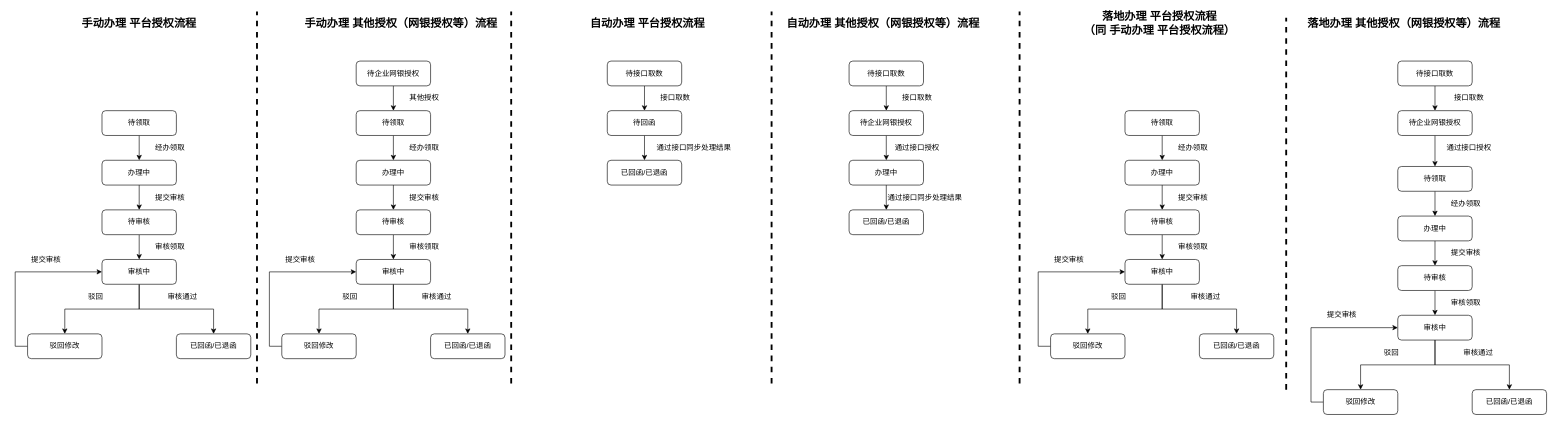
Before: 未命名绘图.drawio in pingguo002/iconomi, a draw.io diagram. Source tidied: cells renumbered, new cells numbered last; positions are measured from the earlier drawing's top-left corner, leaving out a move shared by most shapes. Both pictures are drawn from the tidied source at 62%, with x=0, y=0 at pixel (15, 11).
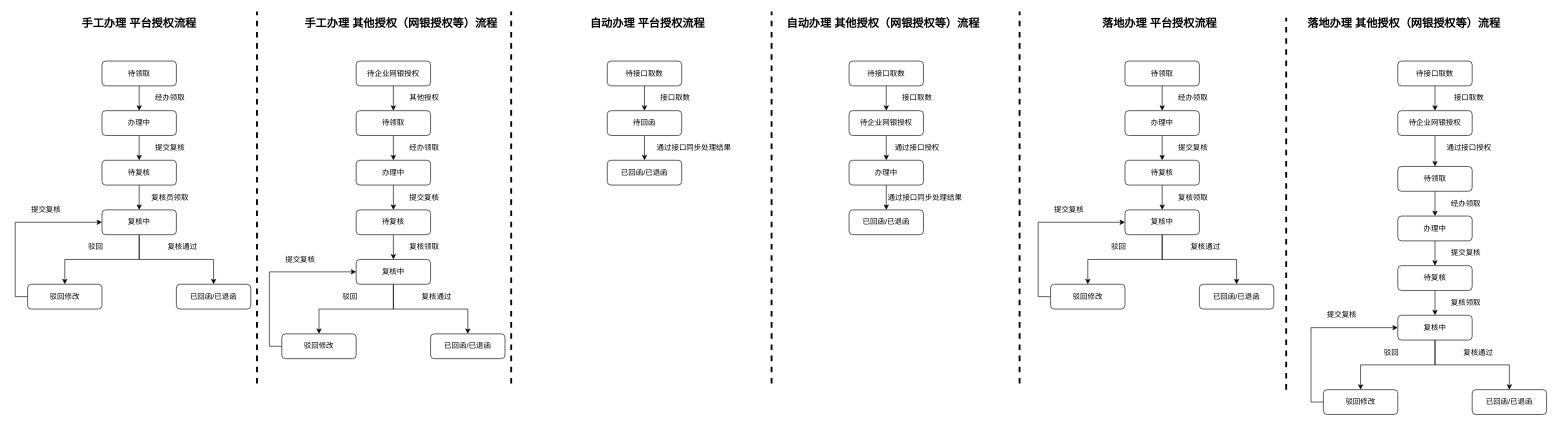
Above is the later version.

Commit message:
更新未命名绘图.drawio

Diff of the diagram source:
```diff
@@
-    <mxCell id="11" value="待审核" style="rounded=1;whiteSpace=wrap;html=1;" parent="1" vertex="1">
+    <mxCell id="11" value="待复核" style="rounded=1;whiteSpace=wrap;html=1;" parent="1" vertex="1">
       <mxGeometry x="550" y="320" width="120" height="40" as="geometry" />
     </mxCell>
-    <mxCell id="12" value="提交审核" style="text;html=1;strokeColor=none;fillColor=none;align=center;verticalAlign=middle;whiteSpace=wrap;rounded=0;" parent="1" vertex="1">
+    <mxCell id="12" value="提交复核" style="text;html=1;strokeColor=none;fillColor=none;align=center;verticalAlign=middle;whiteSpace=wrap;rounded=0;" parent="1" vertex="1">
       <mxGeometry x="610" y="290" width="100" height="20" as="geometry" />
     </mxCell>
@@
-    <mxCell id="15" value="审核中" style="rounded=1;whiteSpace=wrap;html=1;" parent="1" vertex="1">
+    <mxCell id="15" value="复核中" style="rounded=1;whiteSpace=wrap;html=1;" parent="1" vertex="1">
       <mxGeometry x="550" y="400" width="120" height="40" as="geometry" />
     </mxCell>
-    <mxCell id="16" value="审核领取" style="text;html=1;strokeColor=none;fillColor=none;align=center;verticalAlign=middle;whiteSpace=wrap;rounded=0;" parent="1" vertex="1">
+    <mxCell id="16" value="复核领取" style="text;html=1;strokeColor=none;fillColor=none;align=center;verticalAlign=middle;whiteSpace=wrap;rounded=0;" parent="1" vertex="1">
       <mxGeometry x="610" y="370" width="100" height="20" as="geometry" />
     </mxCell>
@@
-    <mxCell id="18" value="审核通过" style="text;html=1;strokeColor=none;fillColor=none;align=center;verticalAlign=middle;whiteSpace=wrap;rounded=0;" parent="1" vertex="1">
+    <mxCell id="18" value="复核通过" style="text;html=1;strokeColor=none;fillColor=none;align=center;verticalAlign=middle;whiteSpace=wrap;rounded=0;" parent="1" vertex="1">
       <mxGeometry x="630" y="450" width="100" height="20" as="geometry" />
     </mxCell>
@@
-    <mxCell id="22" value="提交审核" style="text;html=1;strokeColor=none;fillColor=none;align=center;verticalAlign=middle;whiteSpace=wrap;rounded=0;" parent="1" vertex="1">
+    <mxCell id="22" value="提交复核" style="text;html=1;strokeColor=none;fillColor=none;align=center;verticalAlign=middle;whiteSpace=wrap;rounded=0;" parent="1" vertex="1">
       <mxGeometry x="430" y="390" width="60" height="20" as="geometry" />
     </mxCell>
-    <mxCell id="23" value="手动办理 其他授权（网银授权等）流程" style="text;html=1;strokeColor=none;fillColor=none;align=center;verticalAlign=middle;whiteSpace=wrap;rounded=0;fontSize=18;fontStyle=1;" parent="1" vertex="1">
+    <mxCell id="23" value="手工办理 其他授权（网银授权等）流程" style="text;html=1;strokeColor=none;fillColor=none;align=center;verticalAlign=middle;whiteSpace=wrap;rounded=0;fontSize=18;fontStyle=1;" parent="1" vertex="1">
       <mxGeometry x="465" width="315" height="40" as="geometry" />
     </mxCell>
@@
     <mxCell id="25" value="待领取" style="rounded=1;whiteSpace=wrap;html=1;" parent="1" vertex="1">
-      <mxGeometry x="140" y="160" width="120" height="40" as="geometry" />
+      <mxGeometry x="140" y="80" width="120" height="40" as="geometry" />
     </mxCell>
@@
     <mxCell id="27" value="办理中" style="rounded=1;whiteSpace=wrap;html=1;" parent="1" vertex="1">
-      <mxGeometry x="140" y="240" width="120" height="40" as="geometry" />
+      <mxGeometry x="140" y="160" width="120" height="40" as="geometry" />
     </mxCell>
     <mxCell id="28" value="经办领取" style="text;html=1;strokeColor=none;fillColor=none;align=center;verticalAlign=middle;whiteSpace=wrap;rounded=0;" parent="1" vertex="1">
-      <mxGeometry x="200" y="210" width="100" height="20" as="geometry" />
+      <mxGeometry x="200" y="130" width="100" height="20" as="geometry" />
     </mxCell>
@@
-    <mxCell id="30" value="待审核" style="rounded=1;whiteSpace=wrap;html=1;" parent="1" vertex="1">
-      <mxGeometry x="140" y="320" width="120" height="40" as="geometry" />
+    <mxCell id="30" value="待复核" style="rounded=1;whiteSpace=wrap;html=1;" parent="1" vertex="1">
+      <mxGeometry x="140" y="240" width="120" height="40" as="geometry" />
     </mxCell>
-    <mxCell id="31" value="提交审核" style="text;html=1;strokeColor=none;fillColor=none;align=center;verticalAlign=middle;whiteSpace=wrap;rounded=0;" parent="1" vertex="1">
-      <mxGeometry x="200" y="290" width="100" height="20" as="geometry" />
+    <mxCell id="31" value="提交复核" style="text;html=1;strokeColor=none;fillColor=none;align=center;verticalAlign=middle;whiteSpace=wrap;rounded=0;" parent="1" vertex="1">
+      <mxGeometry x="200" y="210" width="100" height="20" as="geometry" />
     </mxCell>
@@
-    <mxCell id="34" value="审核中" style="rounded=1;whiteSpace=wrap;html=1;" parent="1" vertex="1">
-      <mxGeometry x="140" y="400" width="120" height="40" as="geometry" />
+    <mxCell id="34" value="复核中" style="rounded=1;whiteSpace=wrap;html=1;" parent="1" vertex="1">
+      <mxGeometry x="140" y="320" width="120" height="40" as="geometry" />
     </mxCell>
-    <mxCell id="35" value="审核领取" style="text;html=1;strokeColor=none;fillColor=none;align=center;verticalAlign=middle;whiteSpace=wrap;rounded=0;" parent="1" vertex="1">
-      <mxGeometry x="200" y="370" width="100" height="20" as="geometry" />
+    <mxCell id="35" value="复核员领取" style="text;html=1;strokeColor=none;fillColor=none;align=center;verticalAlign=middle;whiteSpace=wrap;rounded=0;" parent="1" vertex="1">
+      <mxGeometry x="200" y="290" width="100" height="20" as="geometry" />
     </mxCell>
     <mxCell id="36" value="已回函/已退函" style="rounded=1;whiteSpace=wrap;html=1;" parent="1" vertex="1">
-      <mxGeometry x="260" y="520" width="120" height="40" as="geometry" />
+      <mxGeometry x="260" y="440" width="120" height="40" as="geometry" />
     </mxCell>
-    <mxCell id="37" value="审核通过" style="text;html=1;strokeColor=none;fillColor=none;align=center;verticalAlign=middle;whiteSpace=wrap;rounded=0;" parent="1" vertex="1">
-      <mxGeometry x="220" y="450" width="100" height="20" as="geometry" />
+    <mxCell id="37" value="复核通过" style="text;html=1;strokeColor=none;fillColor=none;align=center;verticalAlign=middle;whiteSpace=wrap;rounded=0;" parent="1" vertex="1">
+      <mxGeometry x="220" y="370" width="100" height="20" as="geometry" />
     </mxCell>
     <mxCell id="38" value="驳回" style="text;html=1;strokeColor=none;fillColor=none;align=center;verticalAlign=middle;whiteSpace=wrap;rounded=0;" parent="1" vertex="1">
-      <mxGeometry x="100" y="450" width="60" height="20" as="geometry" />
+      <mxGeometry x="100" y="370" width="60" height="20" as="geometry" />
     </mxCell>
     <mxCell id="39" style="edgeStyle=orthogonalEdgeStyle;rounded=0;jettySize=auto;html=1;exitX=0;exitY=0.5;exitDx=0;exitDy=0;entryX=0;entryY=0.5;entryDx=0;entryDy=0;" parent="1" edge="1" source="40" target="34">
       <mxGeometry relative="1" as="geometry">
         <Array as="points">
-          <mxPoint y="540" />
-          <mxPoint y="420" />
+          <mxPoint y="460" />
+          <mxPoint y="340" />
         </Array>
       </mxGeometry>
     </mxCell>
     <mxCell id="40" value="驳回修改" style="rounded=1;whiteSpace=wrap;html=1;" parent="1" vertex="1">
-      <mxGeometry x="20" y="520" width="120" height="40" as="geometry" />
+      <mxGeometry x="20" y="440" width="120" height="40" as="geometry" />
     </mxCell>
-    <mxCell id="41" value="提交审核" style="text;html=1;strokeColor=none;fillColor=none;align=center;verticalAlign=middle;whiteSpace=wrap;rounded=0;" parent="1" vertex="1">
-      <mxGeometry x="20" y="390" width="60" height="20" as="geometry" />
+    <mxCell id="41" value="提交复核" style="text;html=1;strokeColor=none;fillColor=none;align=center;verticalAlign=middle;whiteSpace=wrap;rounded=0;" parent="1" vertex="1">
+      <mxGeometry x="20" y="310" width="60" height="20" as="geometry" />
     </mxCell>
-    <mxCell id="42" value="手动办理 平台授权流程" style="text;html=1;strokeColor=none;fillColor=none;align=center;verticalAlign=middle;whiteSpace=wrap;rounded=0;fontSize=18;fontStyle=1;" parent="1" vertex="1">
+    <mxCell id="42" value="手工办理 平台授权流程" style="text;html=1;strokeColor=none;fillColor=none;align=center;verticalAlign=middle;whiteSpace=wrap;rounded=0;fontSize=18;fontStyle=1;" parent="1" vertex="1">
       <mxGeometry x="55" width="290" height="40" as="geometry" />
     </mxCell>
@@
-    <mxCell id="71" value="落地办理 平台授权流程&lt;br&gt;（同 手动办理 平台授权流程）" style="text;html=1;strokeColor=none;fillColor=none;align=center;verticalAlign=middle;whiteSpace=wrap;rounded=0;fontSize=18;fontStyle=1;" parent="1" vertex="1">
+    <mxCell id="71" value="落地办理 平台授权流程" style="text;html=1;strokeColor=none;fillColor=none;align=center;verticalAlign=middle;whiteSpace=wrap;rounded=0;fontSize=18;fontStyle=1;" parent="1" vertex="1">
       <mxGeometry x="1701" y="10" width="290" height="20" as="geometry" />
     </mxCell>
@@
     <mxCell id="76" value="待领取" style="rounded=1;whiteSpace=wrap;html=1;" parent="1" vertex="1">
-      <mxGeometry x="1790" y="160" width="120" height="40" as="geometry" />
+      <mxGeometry x="1790" y="80" width="120" height="40" as="geometry" />
     </mxCell>
@@
     <mxCell id="78" value="办理中" style="rounded=1;whiteSpace=wrap;html=1;" parent="1" vertex="1">
-      <mxGeometry x="1790" y="240" width="120" height="40" as="geometry" />
+      <mxGeometry x="1790" y="160" width="120" height="40" as="geometry" />
     </mxCell>
     <mxCell id="79" value="经办领取" style="text;html=1;strokeColor=none;fillColor=none;align=center;verticalAlign=middle;whiteSpace=wrap;rounded=0;" parent="1" vertex="1">
-      <mxGeometry x="1850" y="210" width="100" height="20" as="geometry" />
+      <mxGeometry x="1850" y="130" width="100" height="20" as="geometry" />
     </mxCell>
@@
-    <mxCell id="81" value="待审核" style="rounded=1;whiteSpace=wrap;html=1;" parent="1" vertex="1">
-      <mxGeometry x="1790" y="320" width="120" height="40" as="geometry" />
+    <mxCell id="81" value="待复核" style="rounded=1;whiteSpace=wrap;html=1;" parent="1" vertex="1">
+      <mxGeometry x="1790" y="240" width="120" height="40" as="geometry" />
     </mxCell>
-    <mxCell id="82" value="提交审核" style="text;html=1;strokeColor=none;fillColor=none;align=center;verticalAlign=middle;whiteSpace=wrap;rounded=0;" parent="1" vertex="1">
-      <mxGeometry x="1850" y="290" width="100" height="20" as="geometry" />
+    <mxCell id="82" value="提交复核" style="text;html=1;strokeColor=none;fillColor=none;align=center;verticalAlign=middle;whiteSpace=wrap;rounded=0;" parent="1" vertex="1">
+      <mxGeometry x="1850" y="210" width="100" height="20" as="geometry" />
     </mxCell>
@@
-    <mxCell id="85" value="审核中" style="rounded=1;whiteSpace=wrap;html=1;" parent="1" vertex="1">
-      <mxGeometry x="1790" y="400" width="120" height="40" as="geometry" />
+    <mxCell id="85" value="复核中" style="rounded=1;whiteSpace=wrap;html=1;" parent="1" vertex="1">
+      <mxGeometry x="1790" y="320" width="120" height="40" as="geometry" />
     </mxCell>
-    <mxCell id="86" value="审核领取" style="text;html=1;strokeColor=none;fillColor=none;align=center;verticalAlign=middle;whiteSpace=wrap;rounded=0;" parent="1" vertex="1">
-      <mxGeometry x="1850" y="370" width="100" height="20" as="geometry" />
+    <mxCell id="86" value="复核领取" style="text;html=1;strokeColor=none;fillColor=none;align=center;verticalAlign=middle;whiteSpace=wrap;rounded=0;" parent="1" vertex="1">
+      <mxGeometry x="1850" y="290" width="100" height="20" as="geometry" />
     </mxCell>
     <mxCell id="87" value="已回函/已退函" style="rounded=1;whiteSpace=wrap;html=1;" parent="1" vertex="1">
-      <mxGeometry x="1910" y="520" width="120" height="40" as="geometry" />
+      <mxGeometry x="1910" y="440" width="120" height="40" as="geometry" />
     </mxCell>
-    <mxCell id="88" value="审核通过" style="text;html=1;strokeColor=none;fillColor=none;align=center;verticalAlign=middle;whiteSpace=wrap;rounded=0;" parent="1" vertex="1">
-      <mxGeometry x="1870" y="450" width="100" height="20" as="geometry" />
+    <mxCell id="88" value="复核通过" style="text;html=1;strokeColor=none;fillColor=none;align=center;verticalAlign=middle;whiteSpace=wrap;rounded=0;" parent="1" vertex="1">
+      <mxGeometry x="1870" y="370" width="100" height="20" as="geometry" />
     </mxCell>
     <mxCell id="89" value="驳回" style="text;html=1;strokeColor=none;fillColor=none;align=center;verticalAlign=middle;whiteSpace=wrap;rounded=0;" parent="1" vertex="1">
-      <mxGeometry x="1750" y="450" width="60" height="20" as="geometry" />
+      <mxGeometry x="1750" y="370" width="60" height="20" as="geometry" />
     </mxCell>
     <mxCell id="90" style="edgeStyle=orthogonalEdgeStyle;rounded=0;jettySize=auto;html=1;exitX=0;exitY=0.5;exitDx=0;exitDy=0;entryX=0;entryY=0.5;entryDx=0;entryDy=0;" parent="1" edge="1" source="91" target="85">
       <mxGeometry relative="1" as="geometry">
         <Array as="points">
-          <mxPoint x="1650" y="540" />
-          <mxPoint x="1650" y="420" />
+          <mxPoint x="1650" y="460" />
+          <mxPoint x="1650" y="340" />
         </Array>
       </mxGeometry>
     </mxCell>
     <mxCell id="91" value="驳回修改" style="rounded=1;whiteSpace=wrap;html=1;" parent="1" vertex="1">
-      <mxGeometry x="1670" y="520" width="120" height="40" as="geometry" />
+      <mxGeometry x="1670" y="440" width="120" height="40" as="geometry" />
     </mxCell>
-    <mxCell id="92" value="提交审核" style="text;html=1;strokeColor=none;fillColor=none;align=center;verticalAlign=middle;whiteSpace=wrap;rounded=0;" parent="1" vertex="1">
-      <mxGeometry x="1670" y="390" width="60" height="20" as="geometry" />
+    <mxCell id="92" value="提交复核" style="text;html=1;strokeColor=none;fillColor=none;align=center;verticalAlign=middle;whiteSpace=wrap;rounded=0;" parent="1" vertex="1">
+      <mxGeometry x="1670" y="310" width="60" height="20" as="geometry" />
     </mxCell>
@@
-    <mxCell id="99" value="待审核" style="rounded=1;whiteSpace=wrap;html=1;" parent="1" vertex="1">
+    <mxCell id="99" value="待复核" style="rounded=1;whiteSpace=wrap;html=1;" parent="1" vertex="1">
       <mxGeometry x="2230" y="410" width="120" height="40" as="geometry" />
     </mxCell>
-    <mxCell id="100" value="提交审核" style="text;html=1;strokeColor=none;fillColor=none;align=center;verticalAlign=middle;whiteSpace=wrap;rounded=0;" parent="1" vertex="1">
+    <mxCell id="100" value="提交复核" style="text;html=1;strokeColor=none;fillColor=none;align=center;verticalAlign=middle;whiteSpace=wrap;rounded=0;" parent="1" vertex="1">
       <mxGeometry x="2290" y="380" width="100" height="20" as="geometry" />
     </mxCell>
@@
-    <mxCell id="103" value="审核中" style="rounded=1;whiteSpace=wrap;html=1;" parent="1" vertex="1">
+    <mxCell id="103" value="复核中" style="rounded=1;whiteSpace=wrap;html=1;" parent="1" vertex="1">
       <mxGeometry x="2230" y="490" width="120" height="40" as="geometry" />
     </mxCell>
-    <mxCell id="104" value="审核领取" style="text;html=1;strokeColor=none;fillColor=none;align=center;verticalAlign=middle;whiteSpace=wrap;rounded=0;" parent="1" vertex="1">
+    <mxCell id="104" value="复核领取" style="text;html=1;strokeColor=none;fillColor=none;align=center;verticalAlign=middle;whiteSpace=wrap;rounded=0;" parent="1" vertex="1">
       <mxGeometry x="2290" y="460" width="100" height="20" as="geometry" />
     </mxCell>
@@
-    <mxCell id="106" value="审核通过" style="text;html=1;strokeColor=none;fillColor=none;align=center;verticalAlign=middle;whiteSpace=wrap;rounded=0;" parent="1" vertex="1">
+    <mxCell id="106" value="复核通过" style="text;html=1;strokeColor=none;fillColor=none;align=center;verticalAlign=middle;whiteSpace=wrap;rounded=0;" parent="1" vertex="1">
       <mxGeometry x="2310" y="540" width="100" height="20" as="geometry" />
     </mxCell>
@@
-    <mxCell id="110" value="提交审核" style="text;html=1;strokeColor=none;fillColor=none;align=center;verticalAlign=middle;whiteSpace=wrap;rounded=0;" parent="1" vertex="1">
+    <mxCell id="110" value="提交复核" style="text;html=1;strokeColor=none;fillColor=none;align=center;verticalAlign=middle;whiteSpace=wrap;rounded=0;" parent="1" vertex="1">
       <mxGeometry x="2110" y="480" width="60" height="20" as="geometry" />
     </mxCell>
```
